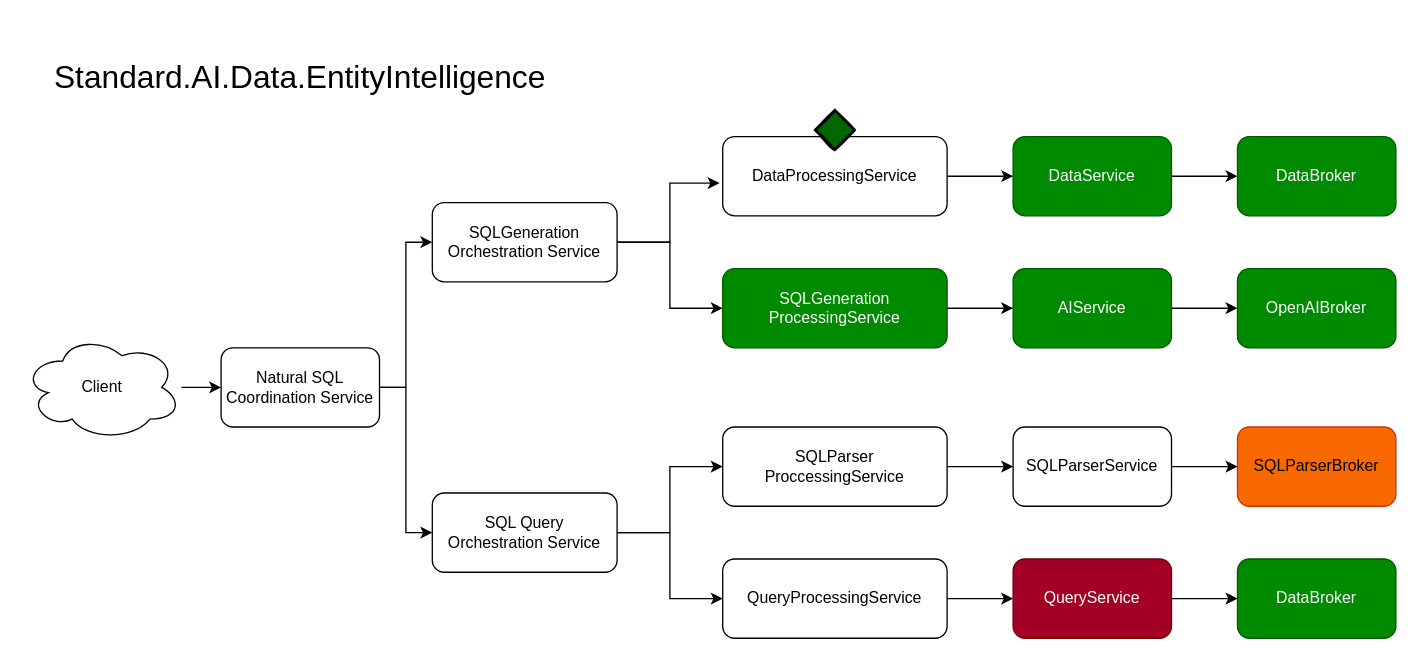
Earlier version of the draw.io diagram stateoftheproject.drawio (hassanhabib/Standard.AI.Data.EntityIntelligence). Source tidied: cells renumbered, new cells numbered last; positions are measured from the earlier drawing's top-left corner, leaving out a move shared by most shapes. Both pictures are drawn from the tidied source at 132%, with x=0, y=0 at pixel (22, 57).
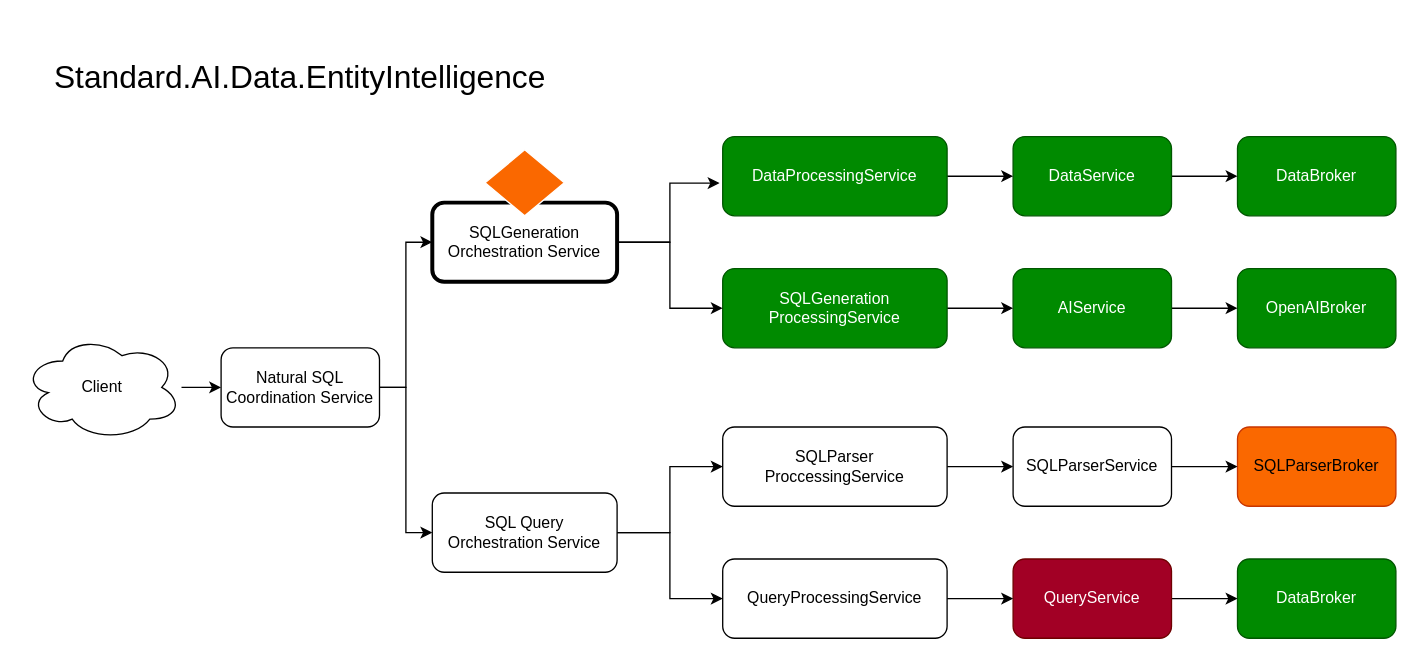
The same diagram, later.

Diff of the diagram source:
```diff
@@
-    <mxCell id="15" value="DataProcessingService" style="rounded=1;whiteSpace=wrap;html=1;" parent="1" vertex="1">
+    <mxCell id="15" value="DataProcessingService" style="rounded=1;whiteSpace=wrap;html=1;fillColor=#008a00;fontColor=#ffffff;strokeColor=#005700;" parent="1" vertex="1">
       <mxGeometry x="530" y="60" width="170" height="60" as="geometry" />
     </mxCell>
@@
-    <mxCell id="23" value="SQLGeneration&lt;br&gt;Orchestration Service" style="rounded=1;whiteSpace=wrap;html=1;" parent="1" vertex="1">
+    <mxCell id="23" value="SQLGeneration&lt;br&gt;Orchestration Service" style="rounded=1;whiteSpace=wrap;html=1;strokeWidth=3;" parent="1" vertex="1">
       <mxGeometry x="310" y="110" width="140" height="60" as="geometry" />
     </mxCell>
@@
-    <mxCell id="33" style="rhombus;whiteSpace=wrap;html=1;strokeWidth=2;fillWeight=-1;hachureGap=8;fillStyle=solid;fillColor=#006600;sketch=1;rotation=-90;" parent="1" vertex="1">
-      <mxGeometry x="600" y="40" width="30" height="30" as="geometry" />
-    </mxCell>
@@
+    <mxCell id="35" style="rhombus;whiteSpace=wrap;html=1;fillColor=#fa6800;strokeColor=#FFFFFF;fontColor=#000000;" parent="1" vertex="1">
+      <mxGeometry x="350" y="70" width="60" height="50" as="geometry" />
+    </mxCell>
```
